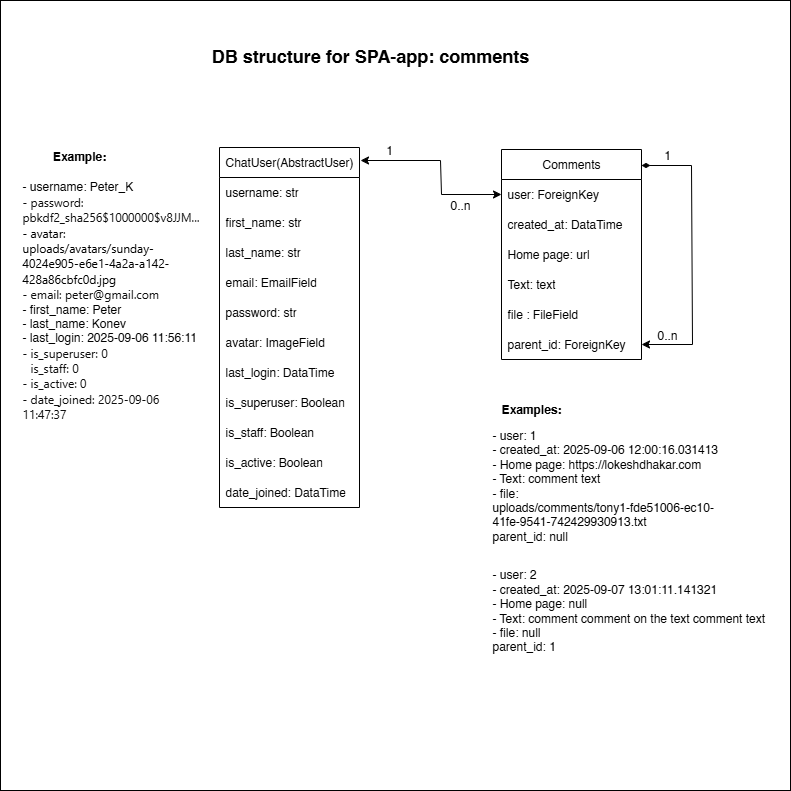
Earlier version of the draw.io export db_structure_spa_comments.png (Anton-Konyk/spa-comments). Source tidied: cells renumbered, new cells last; positions are measured from the earlier drawing's top-left corner, leaving out a move shared by most shapes.
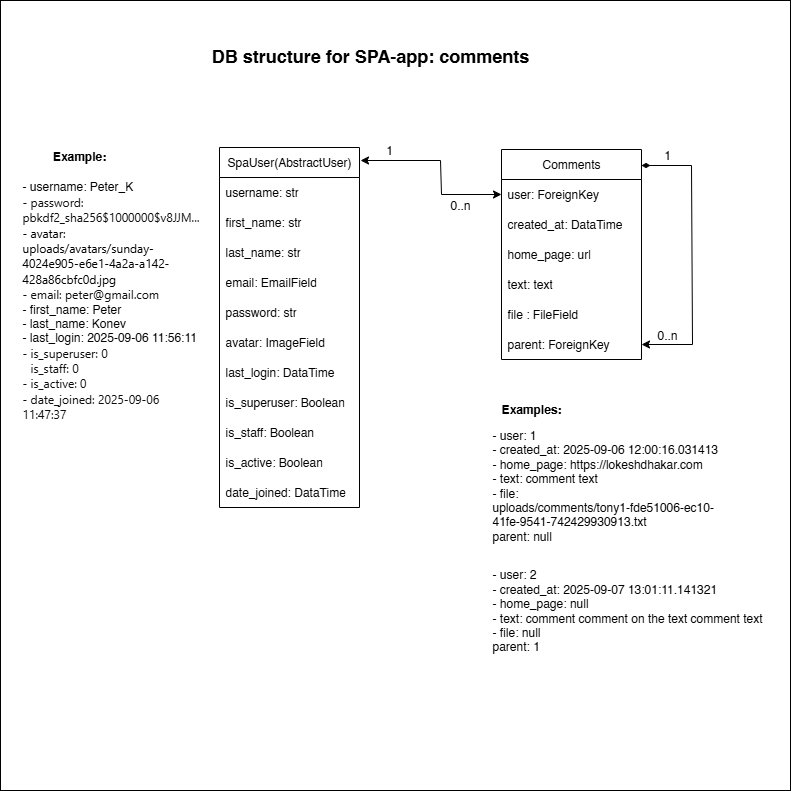
The same file after the commit.

Commit message:
fix name of fields

What changed in the source:
```diff
@@ -7,36 +7,36 @@
     </mxCell>
-    <mxCell id="3" value="ChatUser(AbstractUser)" style="swimlane;fontStyle=0;horizontal=1;startSize=30;whiteSpace=wrap;html=1;" parent="1" vertex="1">
-      <mxGeometry x="219" y="147" width="140" height="360" as="geometry" />
-    </mxCell>
+    <mxCell id="34" value="SpaUser(AbstractUser)" style="swimlane;fontStyle=0;horizontal=1;startSize=30;whiteSpace=wrap;html=1;" parent="1" vertex="1">
+      <mxGeometry x="219" y="147" width="140" height="360" as="geometry" />
+    </mxCell>
-    <mxCell id="4" value="username: str" style="text;strokeColor=none;fillColor=none;align=left;verticalAlign=middle;spacingLeft=4;spacingRight=4;overflow=hidden;whiteSpace=wrap;html=1;" parent="3" vertex="1">
+    <mxCell id="4" value="username: str" style="text;strokeColor=none;fillColor=none;align=left;verticalAlign=middle;spacingLeft=4;spacingRight=4;overflow=hidden;whiteSpace=wrap;html=1;" parent="34" vertex="1">
       <mxGeometry y="30" width="140" height="30" as="geometry" />
     </mxCell>
-    <mxCell id="5" value="first_name: str" style="text;strokeColor=none;fillColor=none;align=left;verticalAlign=middle;spacingLeft=4;spacingRight=4;overflow=hidden;whiteSpace=wrap;html=1;" parent="3" vertex="1">
+    <mxCell id="5" value="first_name: str" style="text;strokeColor=none;fillColor=none;align=left;verticalAlign=middle;spacingLeft=4;spacingRight=4;overflow=hidden;whiteSpace=wrap;html=1;" parent="34" vertex="1">
       <mxGeometry y="60" width="140" height="30" as="geometry" />
     </mxCell>
-    <mxCell id="6" value="last_name: str" style="text;strokeColor=none;fillColor=none;align=left;verticalAlign=middle;spacingLeft=4;spacingRight=4;overflow=hidden;whiteSpace=wrap;html=1;" parent="3" vertex="1">
+    <mxCell id="6" value="last_name: str" style="text;strokeColor=none;fillColor=none;align=left;verticalAlign=middle;spacingLeft=4;spacingRight=4;overflow=hidden;whiteSpace=wrap;html=1;" parent="34" vertex="1">
       <mxGeometry y="90" width="140" height="30" as="geometry" />
     </mxCell>
-    <mxCell id="7" value="email: EmailField" style="text;strokeColor=none;fillColor=none;align=left;verticalAlign=middle;spacingLeft=4;spacingRight=4;overflow=hidden;whiteSpace=wrap;html=1;" parent="3" vertex="1">
+    <mxCell id="7" value="email: EmailField" style="text;strokeColor=none;fillColor=none;align=left;verticalAlign=middle;spacingLeft=4;spacingRight=4;overflow=hidden;whiteSpace=wrap;html=1;" parent="34" vertex="1">
       <mxGeometry y="120" width="140" height="30" as="geometry" />
     </mxCell>
-    <mxCell id="8" value="password: str" style="text;strokeColor=none;fillColor=none;align=left;verticalAlign=middle;spacingLeft=4;spacingRight=4;overflow=hidden;whiteSpace=wrap;html=1;" parent="3" vertex="1">
+    <mxCell id="8" value="password: str" style="text;strokeColor=none;fillColor=none;align=left;verticalAlign=middle;spacingLeft=4;spacingRight=4;overflow=hidden;whiteSpace=wrap;html=1;" parent="34" vertex="1">
       <mxGeometry y="150" width="140" height="30" as="geometry" />
     </mxCell>
-    <mxCell id="9" value="avatar: ImageField&amp;nbsp;&lt;span style=&quot;font-family: &amp;quot;JetBrains Mono&amp;quot;, monospace; background-color: rgb(30, 31, 34); color: rgb(188, 190, 196); font-size: 0px; text-wrap-mode: nowrap;&quot;&gt;ImageField&lt;/span&gt;&lt;span style=&quot;background-color: transparent; text-wrap-mode: nowrap; color: rgba(0, 0, 0, 0); font-family: monospace; font-size: 0px;&quot;&gt;%3CmxGraphModel%3E%3Croot%3E%3CmxCell%20id%3D%220%22%2F%3E%3CmxCell%20id%3D%221%22%20parent%3D%220%22%2F%3E%3CmxCell%20id%3D%222%22%20value%3D%22username%3A%20str%22%20style%3D%22text%3BstrokeColor%3Dnone%3BfillColor%3Dnone%3Balign%3Dleft%3BverticalAlign%3Dmiddle%3BspacingLeft%3D4%3BspacingRight%3D4%3Boverflow%3Dhidden%3Bpoints%3D%5B%5B0%2C0.5%5D%2C%5B1%2C0.5%5D%5D%3BportConstraint%3Deastwest%3Brotatable%3D0%3BwhiteSpace%3Dwrap%3Bhtml%3D1%3B%22%20vertex%3D%221%22%20parent%3D%221%22%3E%3CmxGeometry%20x%3D%22219%22%20y%3D%22187%22%20width%3D%22140%22%20height%3D%2230%22%20as%3D%22geometry%22%2F%3E%3C%2FmxCell%3E%3C%2Froot%3E%3C%2FmxGraphModel%3E&lt;/span&gt;&lt;span style=&quot;background-color: transparent; text-wrap-mode: nowrap; color: rgba(0, 0, 0, 0); font-family: monospace; font-size: 0px;&quot;&gt;%3CmxGraphModel%3E%3Croot%3E%3CmxCell%20id%3D%220%22%2F%3E%3CmxCell%20id%3D%221%22%20parent%3D%220%22%2F%3E%3CmxCell%20id%3D%222%22%20value%3D%22username%3A%20str%22%20style%3D%22text%3BstrokeColor%3Dnone%3BfillColor%3Dnone%3Balign%3Dleft%3BverticalAlign%3Dmiddle%3BspacingLeft%3D4%3BspacingRight%3D4%3Boverflow%3Dhidden%3Bpoints%3D%5B%5B0%2C0.5%5D%2C%5B1%2C0.5%5D%5D%3BportConstraint%3Deastwest%3Brotatable%3D0%3BwhiteSpace%3Dwrap%3Bhtml%3D1%3B%22%20vertex%3D%221%22%20parent%3D%221%22%3E%3CmxGeometry%20x%3D%22219%22%20y%3D%22187%22%20width%3D%22140%22%20height%3D%2230%22%20as%3D%22geometry%22%2F%3E%3C%2FmxCell%3E%3C%2Froot%3E%3C%2FmxGraphModel%3E&lt;/span&gt;" style="text;strokeColor=none;fillColor=none;align=left;verticalAlign=middle;spacingLeft=4;spacingRight=4;overflow=hidden;whiteSpace=wrap;html=1;" parent="3" vertex="1">
+    <mxCell id="9" value="avatar: ImageField&amp;nbsp;&lt;span style=&quot;font-family: &amp;quot;JetBrains Mono&amp;quot;, monospace; background-color: rgb(30, 31, 34); color: rgb(188, 190, 196); font-size: 0px; text-wrap-mode: nowrap;&quot;&gt;ImageField&lt;/span&gt;&lt;span style=&quot;background-color: transparent; text-wrap-mode: nowrap; color: rgba(0, 0, 0, 0); font-family: monospace; font-size: 0px;&quot;&gt;%3CmxGraphModel%3E%3Croot%3E%3CmxCell%20id%3D%220%22%2F%3E%3CmxCell%20id%3D%221%22%20parent%3D%220%22%2F%3E%3CmxCell%20id%3D%222%22%20value%3D%22username%3A%20str%22%20style%3D%22text%3BstrokeColor%3Dnone%3BfillColor%3Dnone%3Balign%3Dleft%3BverticalAlign%3Dmiddle%3BspacingLeft%3D4%3BspacingRight%3D4%3Boverflow%3Dhidden%3Bpoints%3D%5B%5B0%2C0.5%5D%2C%5B1%2C0.5%5D%5D%3BportConstraint%3Deastwest%3Brotatable%3D0%3BwhiteSpace%3Dwrap%3Bhtml%3D1%3B%22%20vertex%3D%221%22%20parent%3D%221%22%3E%3CmxGeometry%20x%3D%22219%22%20y%3D%22187%22%20width%3D%22140%22%20height%3D%2230%22%20as%3D%22geometry%22%2F%3E%3C%2FmxCell%3E%3C%2Froot%3E%3C%2FmxGraphModel%3E&lt;/span&gt;&lt;span style=&quot;background-color: transparent; text-wrap-mode: nowrap; color: rgba(0, 0, 0, 0); font-family: monospace; font-size: 0px;&quot;&gt;%3CmxGraphModel%3E%3Croot%3E%3CmxCell%20id%3D%220%22%2F%3E%3CmxCell%20id%3D%221%22%20parent%3D%220%22%2F%3E%3CmxCell%20id%3D%222%22%20value%3D%22username%3A%20str%22%20style%3D%22text%3BstrokeColor%3Dnone%3BfillColor%3Dnone%3Balign%3Dleft%3BverticalAlign%3Dmiddle%3BspacingLeft%3D4%3BspacingRight%3D4%3Boverflow%3Dhidden%3Bpoints%3D%5B%5B0%2C0.5%5D%2C%5B1%2C0.5%5D%5D%3BportConstraint%3Deastwest%3Brotatable%3D0%3BwhiteSpace%3Dwrap%3Bhtml%3D1%3B%22%20vertex%3D%221%22%20parent%3D%221%22%3E%3CmxGeometry%20x%3D%22219%22%20y%3D%22187%22%20width%3D%22140%22%20height%3D%2230%22%20as%3D%22geometry%22%2F%3E%3C%2FmxCell%3E%3C%2Froot%3E%3C%2FmxGraphModel%3E&lt;/span&gt;" style="text;strokeColor=none;fillColor=none;align=left;verticalAlign=middle;spacingLeft=4;spacingRight=4;overflow=hidden;whiteSpace=wrap;html=1;" parent="34" vertex="1">
       <mxGeometry y="180" width="140" height="30" as="geometry" />
     </mxCell>
-    <mxCell id="10" value="last_login: DataTime" style="text;strokeColor=none;fillColor=none;align=left;verticalAlign=middle;spacingLeft=4;spacingRight=4;overflow=hidden;whiteSpace=wrap;html=1;" parent="3" vertex="1">
+    <mxCell id="10" value="last_login: DataTime" style="text;strokeColor=none;fillColor=none;align=left;verticalAlign=middle;spacingLeft=4;spacingRight=4;overflow=hidden;whiteSpace=wrap;html=1;" parent="34" vertex="1">
       <mxGeometry y="210" width="140" height="30" as="geometry" />
     </mxCell>
-    <mxCell id="11" value="is_superuser: Boolean" style="text;strokeColor=none;fillColor=none;align=left;verticalAlign=middle;spacingLeft=4;spacingRight=4;overflow=hidden;whiteSpace=wrap;html=1;" parent="3" vertex="1">
+    <mxCell id="11" value="is_superuser: Boolean" style="text;strokeColor=none;fillColor=none;align=left;verticalAlign=middle;spacingLeft=4;spacingRight=4;overflow=hidden;whiteSpace=wrap;html=1;" parent="34" vertex="1">
       <mxGeometry y="240" width="140" height="30" as="geometry" />
     </mxCell>
-    <mxCell id="12" value="is_staff: Boolean" style="text;strokeColor=none;fillColor=none;align=left;verticalAlign=middle;spacingLeft=4;spacingRight=4;overflow=hidden;whiteSpace=wrap;html=1;" parent="3" vertex="1">
+    <mxCell id="12" value="is_staff: Boolean" style="text;strokeColor=none;fillColor=none;align=left;verticalAlign=middle;spacingLeft=4;spacingRight=4;overflow=hidden;whiteSpace=wrap;html=1;" parent="34" vertex="1">
       <mxGeometry y="270" width="140" height="30" as="geometry" />
     </mxCell>
-    <mxCell id="13" value="is_active: Boolean" style="text;strokeColor=none;fillColor=none;align=left;verticalAlign=middle;spacingLeft=4;spacingRight=4;overflow=hidden;whiteSpace=wrap;html=1;" parent="3" vertex="1">
+    <mxCell id="13" value="is_active: Boolean" style="text;strokeColor=none;fillColor=none;align=left;verticalAlign=middle;spacingLeft=4;spacingRight=4;overflow=hidden;whiteSpace=wrap;html=1;" parent="34" vertex="1">
       <mxGeometry y="300" width="140" height="30" as="geometry" />
     </mxCell>
-    <mxCell id="14" value="date_joined: DataTime" style="text;strokeColor=none;fillColor=none;align=left;verticalAlign=middle;spacingLeft=4;spacingRight=4;overflow=hidden;whiteSpace=wrap;html=1;" parent="3" vertex="1">
+    <mxCell id="14" value="date_joined: DataTime" style="text;strokeColor=none;fillColor=none;align=left;verticalAlign=middle;spacingLeft=4;spacingRight=4;overflow=hidden;whiteSpace=wrap;html=1;" parent="34" vertex="1">
       <mxGeometry y="330" width="140" height="30" as="geometry" />
@@ -52,8 +52,8 @@
     </mxCell>
-    <mxCell id="18" value="Home page: url" style="text;strokeColor=none;fillColor=none;align=left;verticalAlign=middle;spacingLeft=4;spacingRight=4;overflow=hidden;whiteSpace=wrap;html=1;" parent="15" vertex="1">
-      <mxGeometry y="90" width="140" height="30" as="geometry" />
-    </mxCell>
-    <mxCell id="19" value="Text: text" style="text;strokeColor=none;fillColor=none;align=left;verticalAlign=middle;spacingLeft=4;spacingRight=4;overflow=hidden;whiteSpace=wrap;html=1;" parent="15" vertex="1">
-      <mxGeometry y="120" width="140" height="30" as="geometry" />
-    </mxCell>
+    <mxCell id="35" value="home_page: url" style="text;strokeColor=none;fillColor=none;align=left;verticalAlign=middle;spacingLeft=4;spacingRight=4;overflow=hidden;whiteSpace=wrap;html=1;" parent="15" vertex="1">
+      <mxGeometry y="90" width="140" height="30" as="geometry" />
+    </mxCell>
+    <mxCell id="36" value="text: text" style="text;strokeColor=none;fillColor=none;align=left;verticalAlign=middle;spacingLeft=4;spacingRight=4;overflow=hidden;whiteSpace=wrap;html=1;" parent="15" vertex="1">
+      <mxGeometry y="120" width="140" height="30" as="geometry" />
+    </mxCell>
     <mxCell id="20" value="file&amp;nbsp;:&amp;nbsp;FileField&amp;nbsp;" style="text;strokeColor=none;fillColor=none;align=left;verticalAlign=middle;spacingLeft=4;spacingRight=4;overflow=hidden;whiteSpace=wrap;html=1;" parent="15" vertex="1">
@@ -61,5 +61,5 @@
     </mxCell>
-    <mxCell id="21" value="parent_id:&amp;nbsp;ForeignKey&amp;nbsp;" style="text;strokeColor=none;fillColor=none;align=left;verticalAlign=middle;spacingLeft=4;spacingRight=4;overflow=hidden;points=[[0,0.5],[1,0.5]];portConstraint=eastwest;whiteSpace=wrap;html=1;" parent="15" vertex="1">
-      <mxGeometry y="180" width="140" height="30" as="geometry" />
-    </mxCell>
+    <mxCell id="37" value="parent:&amp;nbsp;ForeignKey&amp;nbsp;" style="text;strokeColor=none;fillColor=none;align=left;verticalAlign=middle;spacingLeft=4;spacingRight=4;overflow=hidden;points=[[0,0.5],[1,0.5]];portConstraint=eastwest;whiteSpace=wrap;html=1;" parent="15" vertex="1">
+      <mxGeometry y="180" width="140" height="30" as="geometry" />
+    </mxCell>
     <mxCell id="22" value="&lt;h1 style=&quot;text-align: left; margin-top: 0px; line-height: 0px;&quot;&gt;&lt;span style=&quot;background-color: initial; font-size: 12px;&quot;&gt;Examples:&lt;/span&gt;&lt;/h1&gt;" style="text;html=1;align=center;verticalAlign=middle;whiteSpace=wrap;rounded=0;" parent="1" vertex="1">
@@ -67,5 +67,5 @@
     </mxCell>
-    <mxCell id="23" value="- user: 1&lt;div&gt;- created_at:&amp;nbsp;2025-09-06 12:00:16.031413&lt;br&gt;&lt;div&gt;&lt;font&gt;- Home page:&amp;nbsp;https://lokeshdhakar.com&lt;/font&gt;&lt;/div&gt;&lt;div&gt;&lt;font&gt;- Text: comment&amp;nbsp;&lt;/font&gt;&lt;span style=&quot;background-color: transparent; color: light-dark(rgb(0, 0, 0), rgb(255, 255, 255));&quot;&gt;text&lt;/span&gt;&lt;span style=&quot;background-color: transparent; color: light-dark(rgb(0, 0, 0), rgb(255, 255, 255));&quot;&gt;&amp;nbsp;&lt;/span&gt;&lt;/div&gt;&lt;div&gt;&lt;span style=&quot;background-color: transparent; color: light-dark(rgb(0, 0, 0), rgb(255, 255, 255));&quot;&gt;- file:&amp;nbsp;&lt;/span&gt;&lt;/div&gt;&lt;div&gt;uploads/comments/tony1-fde51006-ec10-41fe-9541-742429930913.txt&lt;/div&gt;&lt;div&gt;parent_id: null&lt;/div&gt;&lt;/div&gt;" style="text;html=1;align=left;verticalAlign=middle;whiteSpace=wrap;rounded=0;" parent="1" vertex="1">
-      <mxGeometry x="490" y="420" width="240" height="130" as="geometry" />
-    </mxCell>
+    <mxCell id="38" value="- user: 1&lt;div&gt;- created_at:&amp;nbsp;2025-09-06 12:00:16.031413&lt;br&gt;&lt;div&gt;&lt;font&gt;- home_page:&amp;nbsp;https://lokeshdhakar.com&lt;/font&gt;&lt;/div&gt;&lt;div&gt;&lt;font&gt;- text: comment&amp;nbsp;&lt;/font&gt;&lt;span style=&quot;background-color: transparent; color: light-dark(rgb(0, 0, 0), rgb(255, 255, 255));&quot;&gt;text&lt;/span&gt;&lt;span style=&quot;background-color: transparent; color: light-dark(rgb(0, 0, 0), rgb(255, 255, 255));&quot;&gt;&amp;nbsp;&lt;/span&gt;&lt;/div&gt;&lt;div&gt;&lt;span style=&quot;background-color: transparent; color: light-dark(rgb(0, 0, 0), rgb(255, 255, 255));&quot;&gt;- file:&amp;nbsp;&lt;/span&gt;&lt;/div&gt;&lt;div&gt;uploads/comments/tony1-fde51006-ec10-41fe-9541-742429930913.txt&lt;/div&gt;&lt;div&gt;parent: null&lt;/div&gt;&lt;/div&gt;" style="text;html=1;align=left;verticalAlign=middle;whiteSpace=wrap;rounded=0;" parent="1" vertex="1">
+      <mxGeometry x="490" y="420" width="240" height="130" as="geometry" />
+    </mxCell>
     <mxCell id="24" value="&lt;font style=&quot;font-size: 18px;&quot;&gt;&lt;b&gt;DB structure for SPA-app: comments&lt;/b&gt;&lt;/font&gt;" style="text;html=1;align=center;verticalAlign=middle;whiteSpace=wrap;rounded=0;" parent="1" vertex="1">
@@ -79,11 +79,11 @@
     </mxCell>
-    <mxCell id="27" style="endArrow=classic;startArrow=diamondThin;html=1;rounded=0;entryX=1;entryY=0.5;entryDx=0;entryDy=0;startFill=1;" parent="1" edge="1" target="21">
-      <mxGeometry relative="1" as="geometry">
-        <mxPoint x="641" y="165" as="sourcePoint" />
-        <Array as="points">
-          <mxPoint x="691" y="165" />
-          <mxPoint x="692" y="344" />
-        </Array>
-      </mxGeometry>
-    </mxCell>
+    <mxCell id="39" style="endArrow=classic;startArrow=diamondThin;html=1;rounded=0;entryX=1;entryY=0.5;entryDx=0;entryDy=0;startFill=1;" parent="1" edge="1" target="37">
+      <mxGeometry relative="1" as="geometry">
+        <mxPoint x="641" y="165" as="sourcePoint" />
+        <Array as="points">
+          <mxPoint x="691" y="165" />
+          <mxPoint x="692" y="344" />
+        </Array>
+      </mxGeometry>
+    </mxCell>
     <mxCell id="28" value="1&lt;span style=&quot;color: rgba(0, 0, 0, 0); font-family: monospace; font-size: 0px; text-align: start; text-wrap-mode: nowrap;&quot;&gt;%3CmxGraphModel%3E%3Croot%3E%3CmxCell%20id%3D%220%22%2F%3E%3CmxCell%20id%3D%221%22%20parent%3D%220%22%2F%3E%3CmxCell%20id%3D%222%22%20value%3D%22%22%20style%3D%22rhombus%3BwhiteSpace%3Dwrap%3Bhtml%3D1%3BfillColor%3D%23000000%3B%22%20vertex%3D%221%22%20parent%3D%221%22%3E%3CmxGeometry%20x%3D%22322%22%20y%3D%22137%22%20width%3D%2220%22%20height%3D%2210%22%20as%3D%22geometry%22%2F%3E%3C%2FmxCell%3E%3C%2Froot%3E%3C%2FmxGraphModel%3E&lt;/span&gt;" style="text;html=1;align=center;verticalAlign=middle;whiteSpace=wrap;rounded=0;" parent="1" vertex="1">
@@ -94,11 +94,11 @@
     </mxCell>
-    <mxCell id="30" style="endArrow=classic;startArrow=classic;html=1;rounded=0;entryX=0;entryY=0.5;entryDx=0;entryDy=0;" parent="1" edge="1" target="16">
-      <mxGeometry relative="1" as="geometry">
-        <mxPoint x="360" y="160" as="sourcePoint" />
-        <Array as="points">
-          <mxPoint x="440" y="160" />
-          <mxPoint x="441" y="194" />
-        </Array>
-      </mxGeometry>
-    </mxCell>
+    <mxCell id="40" style="endArrow=classic;startArrow=classic;html=1;rounded=0;entryX=0;entryY=0.5;entryDx=0;entryDy=0;" parent="1" edge="1" target="16">
+      <mxGeometry relative="1" as="geometry">
+        <mxPoint x="360" y="160" as="sourcePoint" />
+        <Array as="points">
+          <mxPoint x="440" y="160" />
+          <mxPoint x="441" y="194" />
+        </Array>
+      </mxGeometry>
+    </mxCell>
     <mxCell id="31" value="0..n" style="text;html=1;align=center;verticalAlign=middle;whiteSpace=wrap;rounded=0;" parent="1" vertex="1">
@@ -109,5 +109,5 @@
     </mxCell>
-    <mxCell id="33" value="- user: 2&lt;div&gt;- created_at:&amp;nbsp;2025-09-07 13:01:11.141321&lt;br&gt;&lt;div&gt;&lt;font&gt;- Home page: null&lt;/font&gt;&lt;/div&gt;&lt;div&gt;&lt;font&gt;- Text: comment&amp;nbsp;&lt;/font&gt;&lt;span style=&quot;background-color: transparent;&quot;&gt;comment on the text comment text&lt;/span&gt;&lt;/div&gt;&lt;div&gt;&lt;span style=&quot;background-color: transparent; color: light-dark(rgb(0, 0, 0), rgb(255, 255, 255));&quot;&gt;- file: null&lt;/span&gt;&lt;/div&gt;&lt;div&gt;parent_id: 1&lt;/div&gt;&lt;/div&gt;" style="text;html=1;align=left;verticalAlign=middle;whiteSpace=wrap;rounded=0;" parent="1" vertex="1">
-      <mxGeometry x="490" y="560" width="280" height="100" as="geometry" />
-    </mxCell>
+    <mxCell id="41" value="- user: 2&lt;div&gt;- created_at:&amp;nbsp;2025-09-07 13:01:11.141321&lt;br&gt;&lt;div&gt;&lt;font&gt;- home_page: null&lt;/font&gt;&lt;/div&gt;&lt;div&gt;&lt;font&gt;- text: comment&amp;nbsp;&lt;/font&gt;&lt;span style=&quot;background-color: transparent;&quot;&gt;comment on the text comment text&lt;/span&gt;&lt;/div&gt;&lt;div&gt;&lt;span style=&quot;background-color: transparent; color: light-dark(rgb(0, 0, 0), rgb(255, 255, 255));&quot;&gt;- file: null&lt;/span&gt;&lt;/div&gt;&lt;div&gt;parent: 1&lt;/div&gt;&lt;/div&gt;" style="text;html=1;align=left;verticalAlign=middle;whiteSpace=wrap;rounded=0;" parent="1" vertex="1">
+      <mxGeometry x="490" y="560" width="280" height="100" as="geometry" />
+    </mxCell>
   </root>
```
